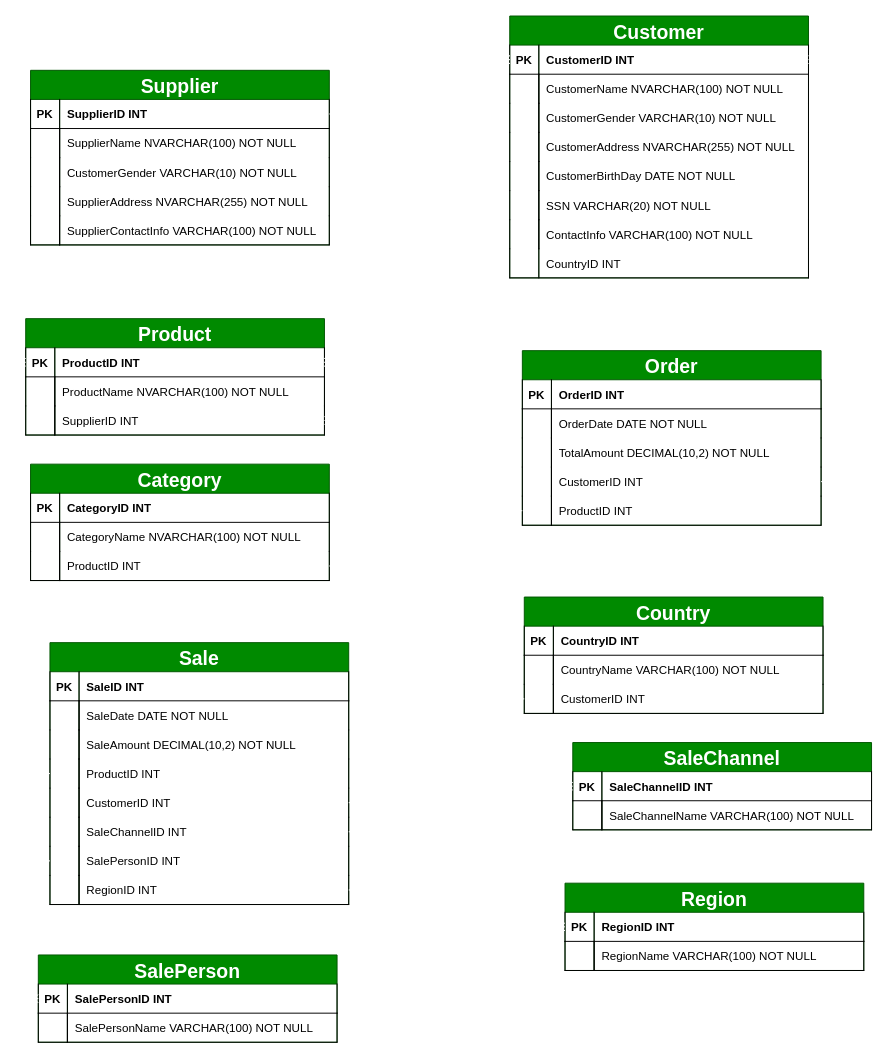
Before: 04DrawIO/Sales.drawio in KristoferFangrat/ExamAssignment, a draw.io diagram. Source tidied: cells renumbered, new cells numbered last; positions are measured from the earlier drawing's top-left corner, leaving out a move shared by most shapes. Both pictures are drawn from the tidied source at 97%, with x=0, y=0 at pixel (25, 16).
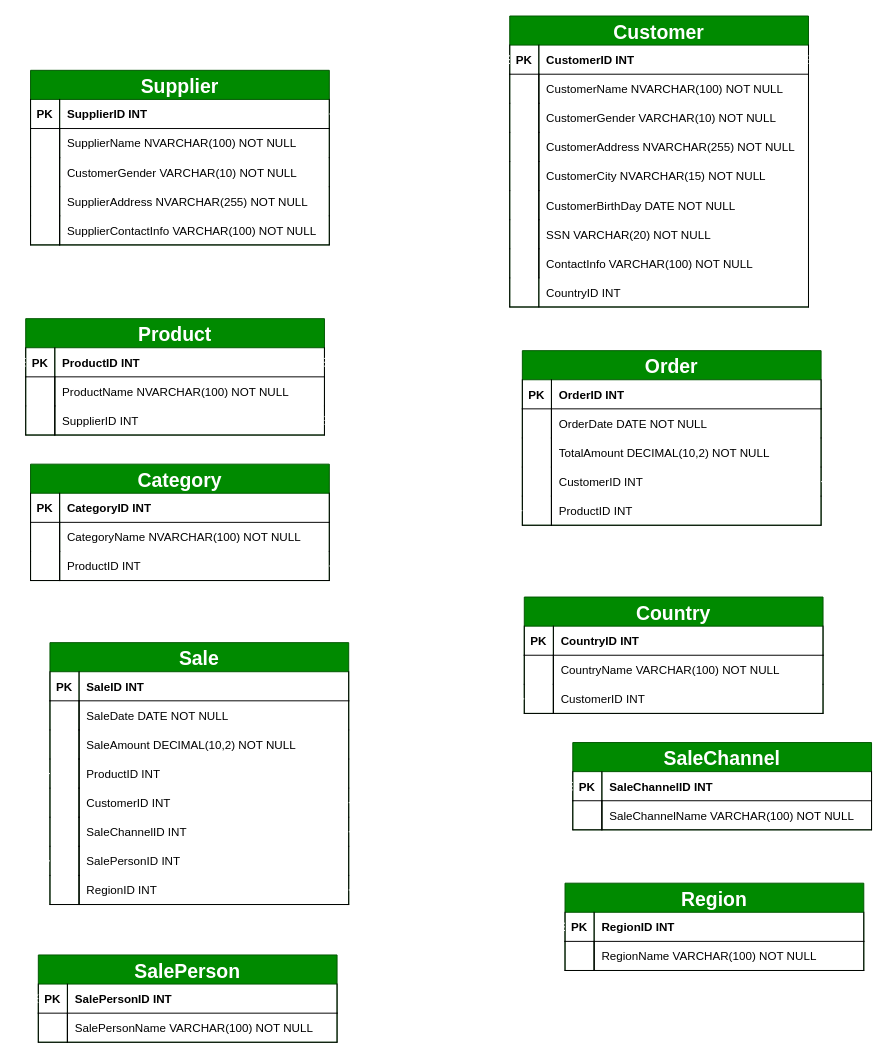
After the change.

What changed in the source:
```diff
@@
     <mxCell id="2" value="Customer" style="shape=table;startSize=30;childLayout=tableLayout;rowLines=0;fontStyle=1;align=center;sketch=0;hachureGap=4;jiggle=2;curveFitting=1;fontFamily=Helvetica;fontSize=20;swimlaneLine=1;rounded=0;fillColor=#008a00;fontColor=#ffffff;strokeColor=#005700;" parent="1" vertex="1">
-      <mxGeometry x="499" width="308" height="270" as="geometry" />
+      <mxGeometry x="499" width="308" height="300" as="geometry" />
     </mxCell>
@@
+    <mxCell id="145" style="shape=tableRow;horizontal=0;startSize=0;swimlaneHead=0;swimlaneBody=0;fillColor=none;top=0;left=0;right=0;bottom=0;sketch=0;hachureGap=4;jiggle=2;curveFitting=1;fontFamily=Architects Daughter;fontSize=20;" parent="2" vertex="1">
+      <mxGeometry y="150" width="308" height="30" as="geometry" />
+    </mxCell>
+    <mxCell id="146" style="shape=partialRectangle;fillColor=none;top=0;left=1;bottom=0;right=1;overflow=hidden;sketch=0;hachureGap=4;jiggle=2;curveFitting=1;fontFamily=Helvetica;fontSize=20;" parent="145" vertex="1">
+      <mxGeometry width="30" height="30" as="geometry" />
+    </mxCell>
+    <mxCell id="147" value="CustomerCity NVARCHAR(15) NOT NULL" style="shape=partialRectangle;fillColor=none;top=0;left=1;bottom=0;right=1;align=left;spacingLeft=6;overflow=hidden;sketch=0;hachureGap=4;jiggle=2;curveFitting=1;fontFamily=Helvetica;fontSize=12;" parent="145" vertex="1">
+      <mxGeometry x="30" width="278" height="30" as="geometry" />
+    </mxCell>
     <mxCell id="15" style="shape=tableRow;horizontal=0;startSize=0;swimlaneHead=0;swimlaneBody=0;fillColor=none;top=0;left=0;right=0;bottom=0;sketch=0;hachureGap=4;jiggle=2;curveFitting=1;fontFamily=Architects Daughter;fontSize=20;" parent="2" vertex="1">
-      <mxGeometry y="150" width="308" height="30" as="geometry" />
+      <mxGeometry y="180" width="308" height="30" as="geometry" />
     </mxCell>
@@
     <mxCell id="18" style="shape=tableRow;horizontal=0;startSize=0;swimlaneHead=0;swimlaneBody=0;fillColor=none;top=0;left=0;right=0;bottom=0;sketch=0;hachureGap=4;jiggle=2;curveFitting=1;fontFamily=Architects Daughter;fontSize=20;" parent="2" vertex="1">
-      <mxGeometry y="180" width="308" height="30" as="geometry" />
+      <mxGeometry y="210" width="308" height="30" as="geometry" />
     </mxCell>
@@
     <mxCell id="21" style="shape=tableRow;horizontal=0;startSize=0;swimlaneHead=0;swimlaneBody=0;fillColor=none;top=0;left=0;right=0;bottom=0;sketch=0;hachureGap=4;jiggle=2;curveFitting=1;fontFamily=Architects Daughter;fontSize=20;" parent="2" vertex="1">
-      <mxGeometry y="210" width="308" height="30" as="geometry" />
+      <mxGeometry y="240" width="308" height="30" as="geometry" />
     </mxCell>
@@
     <mxCell id="24" style="shape=tableRow;horizontal=0;startSize=0;swimlaneHead=0;swimlaneBody=0;fillColor=none;top=0;left=0;right=0;bottom=1;sketch=0;hachureGap=4;jiggle=2;curveFitting=1;fontFamily=Architects Daughter;fontSize=20;" parent="2" vertex="1">
-      <mxGeometry y="240" width="308" height="30" as="geometry" />
+      <mxGeometry y="270" width="308" height="30" as="geometry" />
     </mxCell>
```
